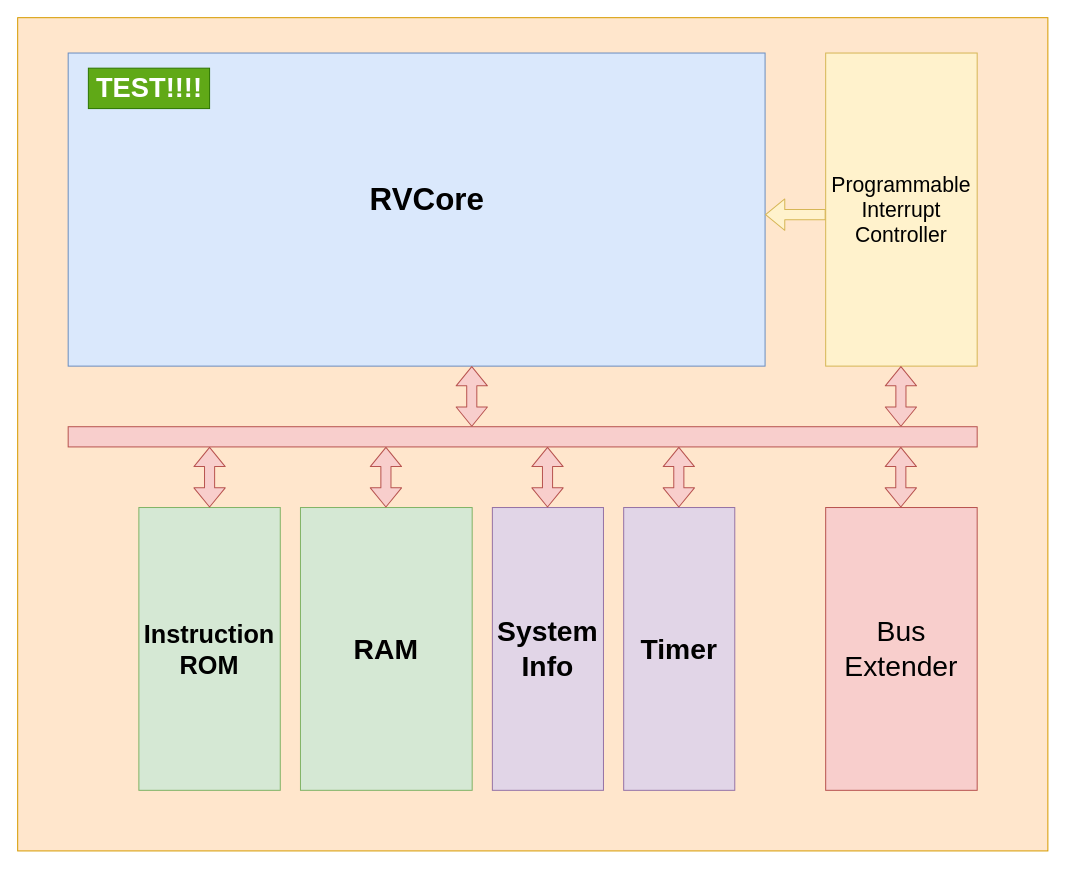
Before: docs/schematics/Architecture.drawio in tjarker/RVCore, a draw.io diagram. Source tidied: cells renumbered, new cells numbered last; positions are measured from the earlier drawing's top-left corner, leaving out a move shared by most shapes. Both pictures are drawn from the tidied source at 101%, with x=0, y=0 at pixel (17, 17).
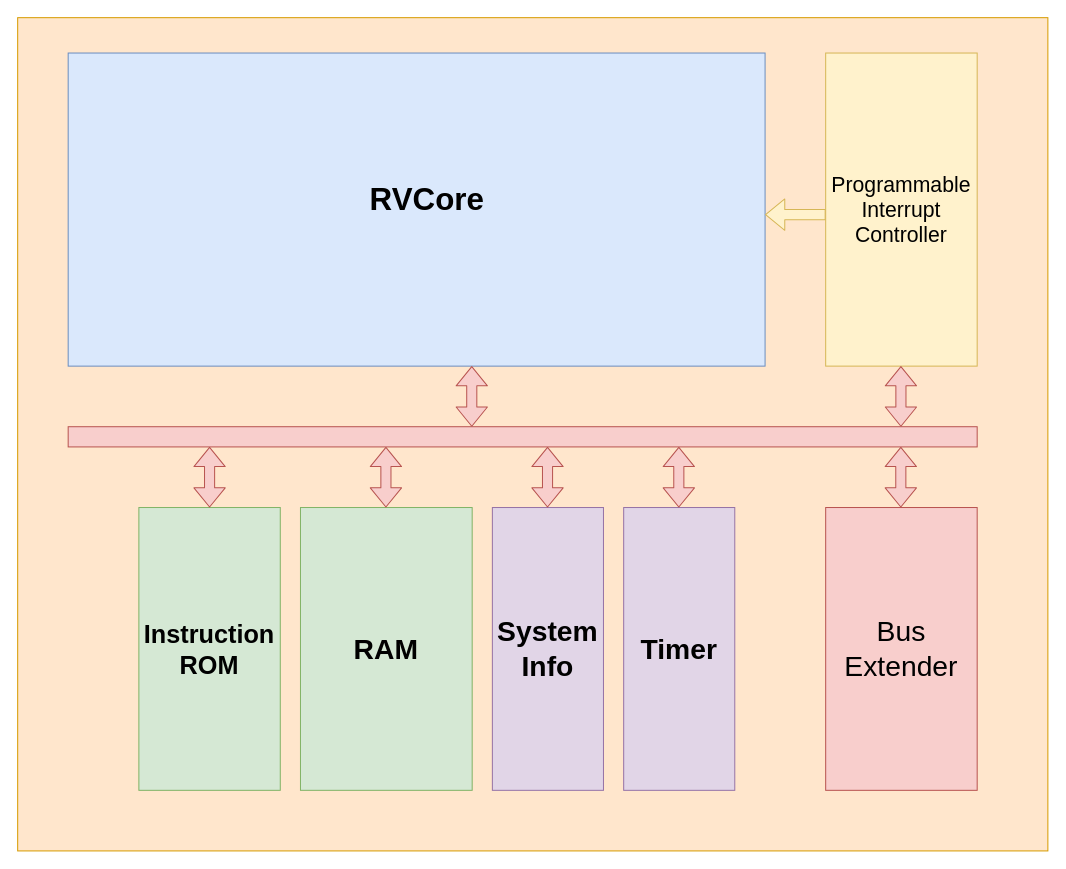
After the change.

What changed in the source:
```diff
@@
-    <mxCell id="20" value="TEST!!!!" style="text;html=1;align=center;verticalAlign=middle;fontSize=27;fontStyle=1;fillColor=#60a917;strokeColor=#2D7600;fontColor=#ffffff;" parent="1" vertex="1">
-      <mxGeometry x="70" y="50" width="120" height="40" as="geometry" />
-    </mxCell>
```
